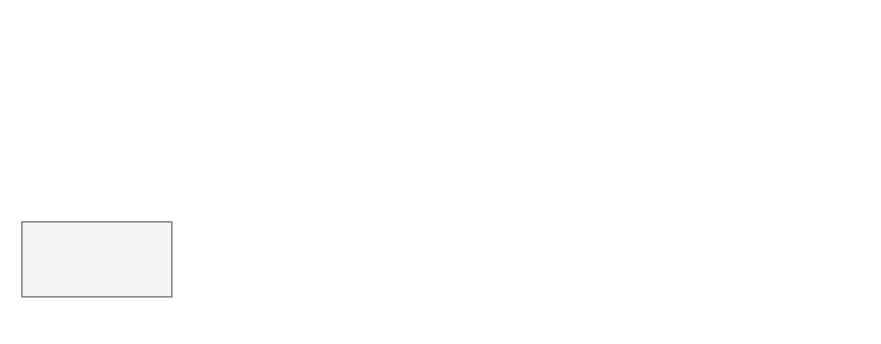
Earlier version of the draw.io diagram page "Sistema de Gestão de Saúde" (3 of 3) of BD/exercicios_MER_DER.drawio (marcel-aita/DEVNOITE). Source tidied: cells renumbered, new cells numbered last; positions are measured from the earlier drawing's top-left corner, leaving out a move shared by most shapes. Both pictures are drawn from the tidied source at 125%, with x=0, y=0 at pixel (21, 221).
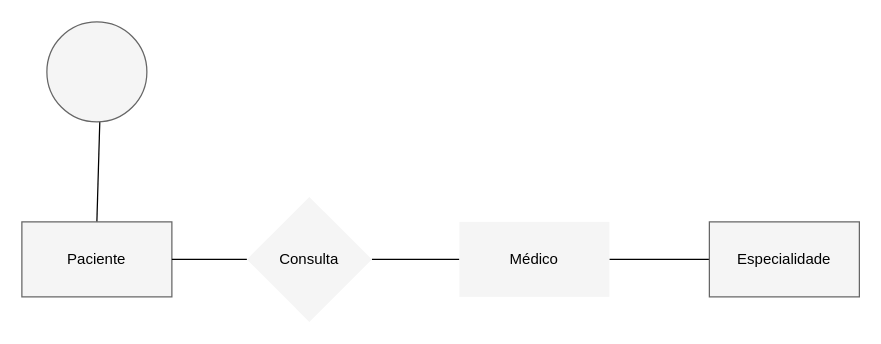
Above is the later version.

What changed in the source:
```diff
@@
 <mxGraphModel>
   <root>
     <mxCell id="0" />
     <mxCell id="1" parent="0" />
+    <mxCell id="3" style="edgeStyle=none;html=1;exitX=1;exitY=0.5;exitDx=0;exitDy=0;fontColor=#000000;endArrow=none;endFill=0;startArrow=none;" parent="1" edge="1" source="8" target="6">
+      <mxGeometry relative="1" as="geometry" />
+    </mxCell>
+    <mxCell id="4" style="edgeStyle=none;html=1;exitX=0.5;exitY=0;exitDx=0;exitDy=0;fontColor=#000000;endArrow=none;endFill=0;" parent="1" edge="1" source="2" target="14">
+      <mxGeometry relative="1" as="geometry" />
+    </mxCell>
     <mxCell id="2" style="rounded=0;whiteSpace=wrap;html=1;shadow=0;glass=0;sketch=0;strokeColor=#666666;fontColor=#333333;fillColor=#f5f5f5;" parent="1" vertex="1">
       <mxGeometry width="120" height="60" as="geometry" />
     </mxCell>
+    <mxCell id="5" style="edgeStyle=none;html=1;exitX=1;exitY=0.5;exitDx=0;exitDy=0;fontColor=#000000;endArrow=none;endFill=0;" parent="1" edge="1" source="6" target="12">
+      <mxGeometry relative="1" as="geometry" />
+    </mxCell>
+    <mxCell id="6" style="rounded=0;whiteSpace=wrap;html=1;shadow=0;glass=0;sketch=0;strokeColor=none;fontColor=#333333;fillColor=#f5f5f5;" parent="1" vertex="1">
+      <mxGeometry x="350" width="120" height="60" as="geometry" />
+    </mxCell>
+    <mxCell id="7" style="edgeStyle=none;html=1;exitX=1;exitY=0.5;exitDx=0;exitDy=0;fontColor=#000000;endArrow=none;endFill=0;" parent="1" edge="1" source="2" target="8">
+      <mxGeometry relative="1" as="geometry" />
+    </mxCell>
+    <mxCell id="8" style="rhombus;whiteSpace=wrap;html=1;rounded=0;shadow=0;glass=0;sketch=0;strokeColor=none;fontColor=#333333;fillColor=#f5f5f5;" parent="1" vertex="1">
+      <mxGeometry x="180" y="-20" width="100" height="100" as="geometry" />
+    </mxCell>
+    <mxCell id="9" value="Paciente" style="text;html=1;strokeColor=none;fillColor=none;align=center;verticalAlign=middle;whiteSpace=wrap;rounded=0;shadow=0;glass=0;sketch=0;fontColor=#000000;" parent="1" vertex="1">
+      <mxGeometry x="30" y="15" width="60" height="30" as="geometry" />
+    </mxCell>
+    <mxCell id="10" value="Consulta" style="text;html=1;strokeColor=none;fillColor=none;align=center;verticalAlign=middle;whiteSpace=wrap;rounded=0;shadow=0;glass=0;sketch=0;fontColor=#000000;" parent="1" vertex="1">
+      <mxGeometry x="200" y="15" width="60" height="30" as="geometry" />
+    </mxCell>
+    <mxCell id="11" value="Médico" style="text;html=1;strokeColor=none;fillColor=none;align=center;verticalAlign=middle;whiteSpace=wrap;rounded=0;shadow=0;glass=0;sketch=0;fontColor=#000000;" parent="1" vertex="1">
+      <mxGeometry x="380" y="15" width="60" height="30" as="geometry" />
+    </mxCell>
+    <mxCell id="12" style="rounded=0;whiteSpace=wrap;html=1;shadow=0;glass=0;sketch=0;strokeColor=#666666;fontColor=#333333;fillColor=#f5f5f5;" parent="1" vertex="1">
+      <mxGeometry x="550" width="120" height="60" as="geometry" />
+    </mxCell>
+    <mxCell id="13" value="Especialidade" style="text;html=1;strokeColor=none;fillColor=none;align=center;verticalAlign=middle;whiteSpace=wrap;rounded=0;shadow=0;glass=0;sketch=0;fontColor=#000000;" parent="1" vertex="1">
+      <mxGeometry x="580" y="15" width="60" height="30" as="geometry" />
+    </mxCell>
+    <mxCell id="14" style="ellipse;whiteSpace=wrap;html=1;rounded=0;shadow=0;glass=0;sketch=0;strokeColor=#666666;fontColor=#333333;fillColor=#f5f5f5;" parent="1" vertex="1">
+      <mxGeometry x="20" y="-160" width="80" height="80" as="geometry" />
+    </mxCell>
   </root>
 </mxGraphModel>
```
